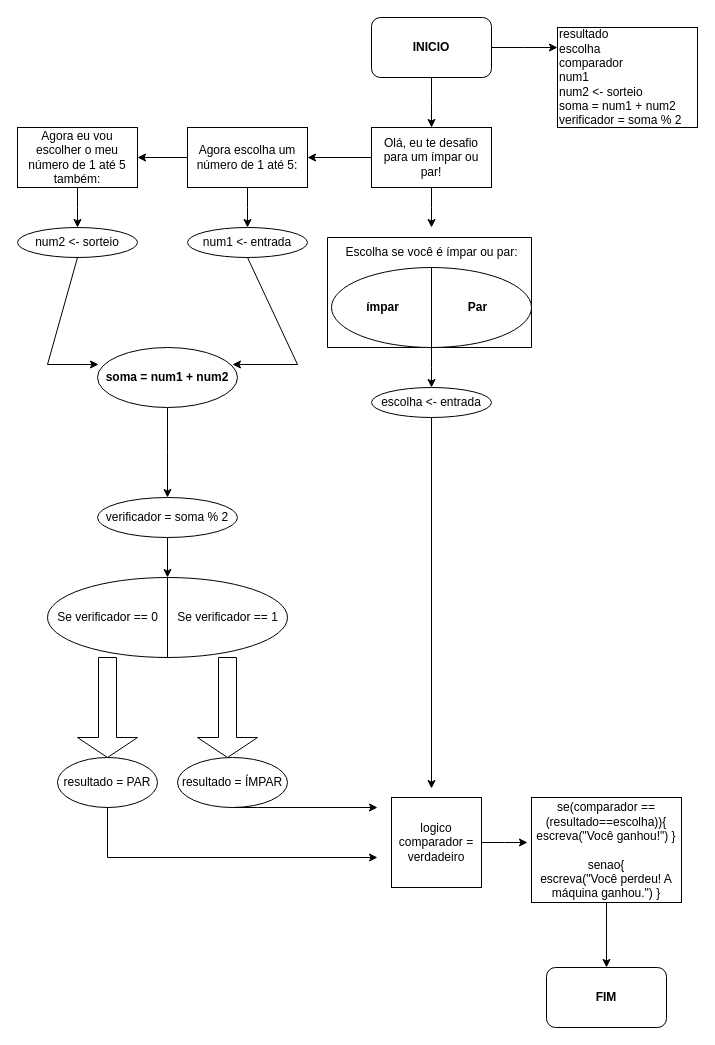
The draw.io diagram Desafio_tirar_par_impar.drawio in Matheuslbcosta02/diagramas_pdf, before the edit. Source tidied: cells renumbered, new cells numbered last; positions are measured from the earlier drawing's top-left corner, leaving out a move shared by most shapes. Both pictures are drawn from the tidied source at 100%, with x=0, y=0 at pixel (17, 17).
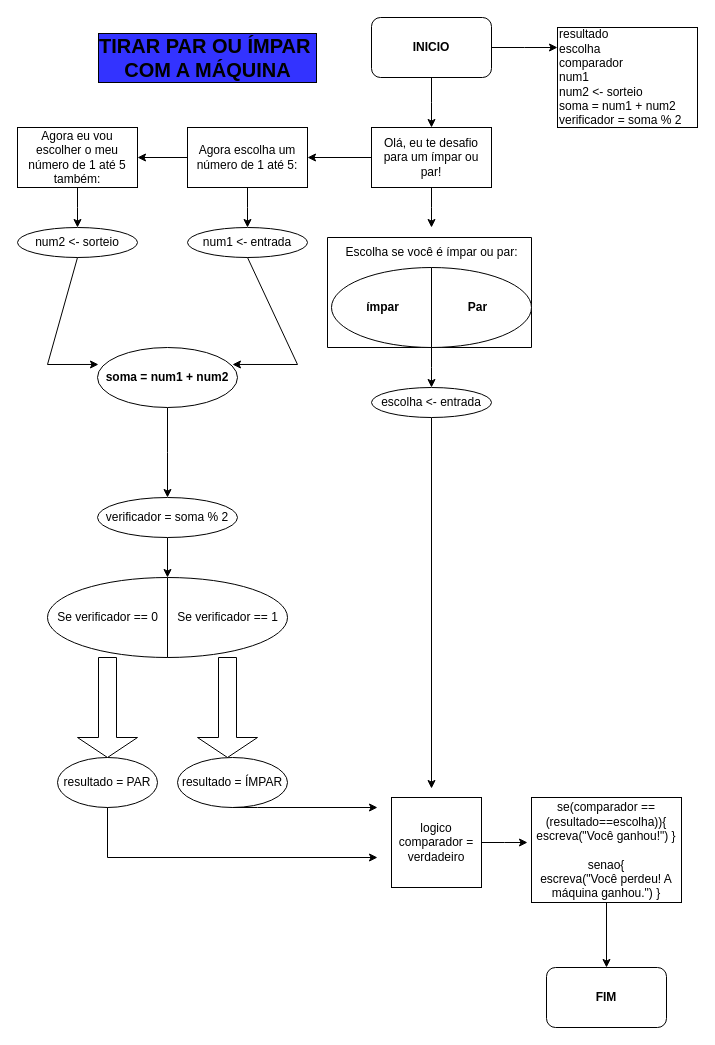
The same page after the edit.

Change to the diagram source:
```diff
@@
+    <mxCell id="44" value="&lt;b&gt;&lt;font style=&quot;font-size: 20px;&quot;&gt;TIRAR PAR OU ÍMPAR&amp;nbsp;&lt;/font&gt;&lt;/b&gt;&lt;div&gt;&lt;b&gt;&lt;font style=&quot;font-size: 20px;&quot;&gt;COM A MÁQUINA&lt;/font&gt;&lt;/b&gt;&lt;/div&gt;" style="text;html=1;align=center;verticalAlign=middle;strokeColor=none;fillColor=none;labelBackgroundColor=#3333FF;labelBorderColor=default;" parent="1" vertex="1">
+      <mxGeometry x="70" y="10" width="240" height="60" as="geometry" />
+    </mxCell>
```
